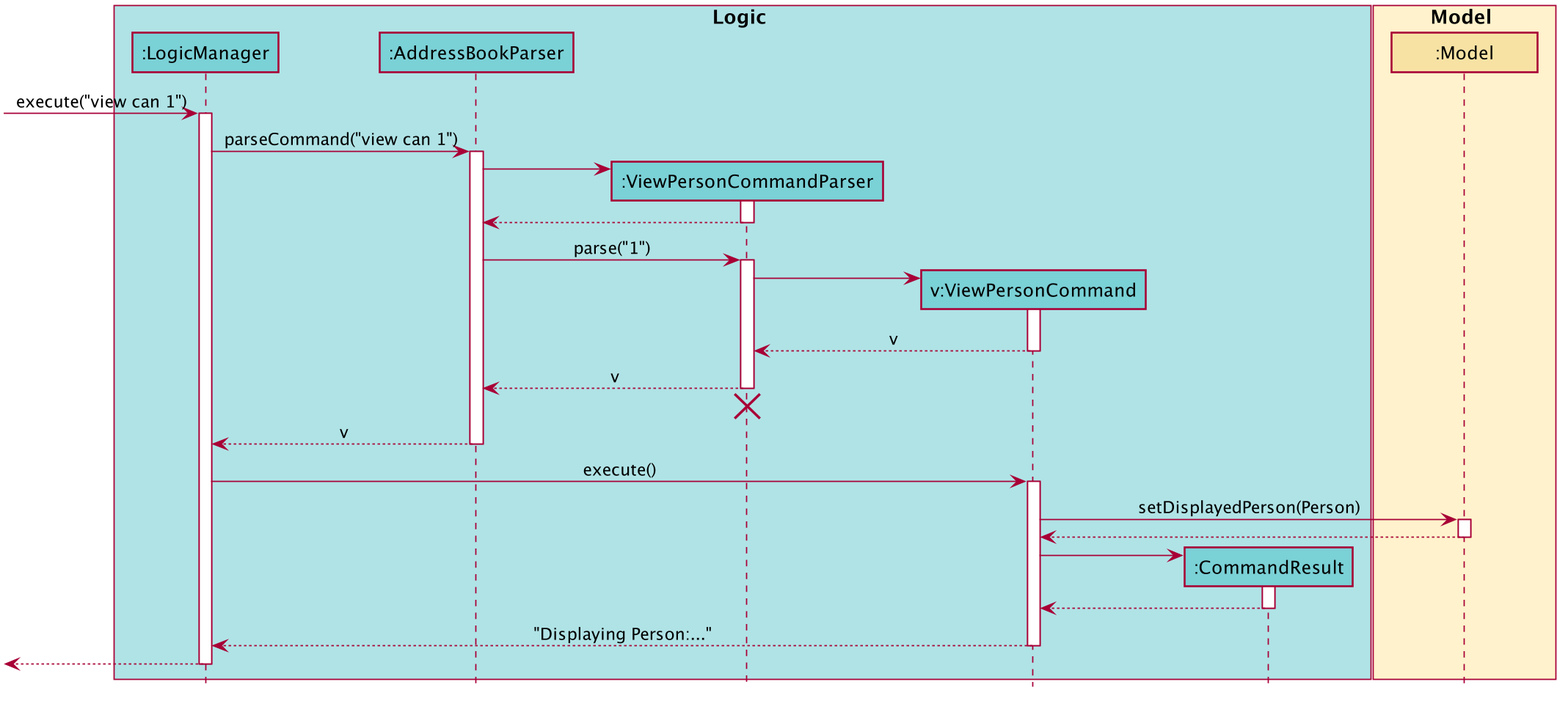
This is docs/images/ViewSequenceDiagram.png from vanGoghhh/tp, a PlantUML export, as it was before one commit.
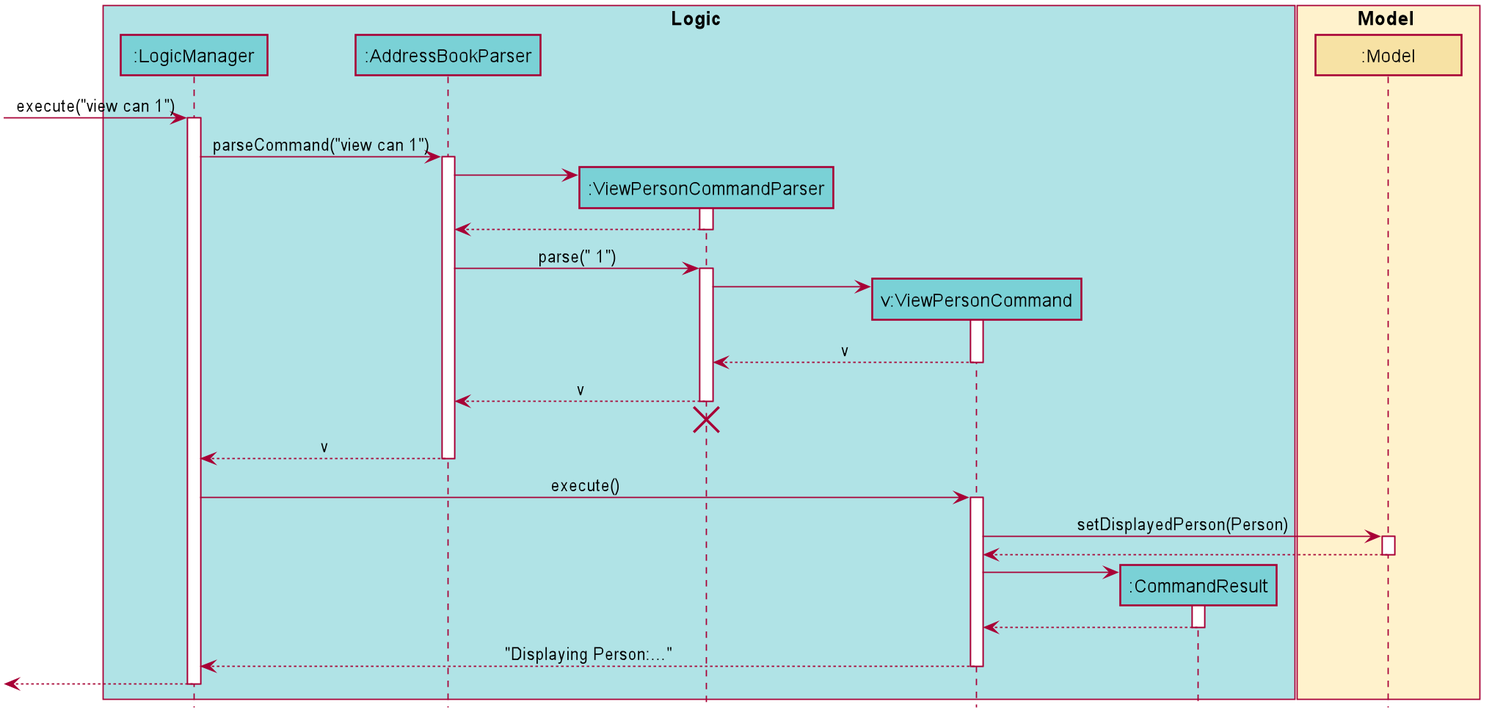
Later version of the same file.

What changed in the source:
```diff
@@ -74,7 +74,7 @@
 ViewPersonCommandParser --> AddressBookParser
 deactivate ViewPersonCommandParser
 
-AddressBookParser -> ViewPersonCommandParser : parse("1")
+AddressBookParser -> ViewPersonCommandParser : parse(" 1")
 activate ViewPersonCommandParser
 
 create ViewPersonCommand
```
